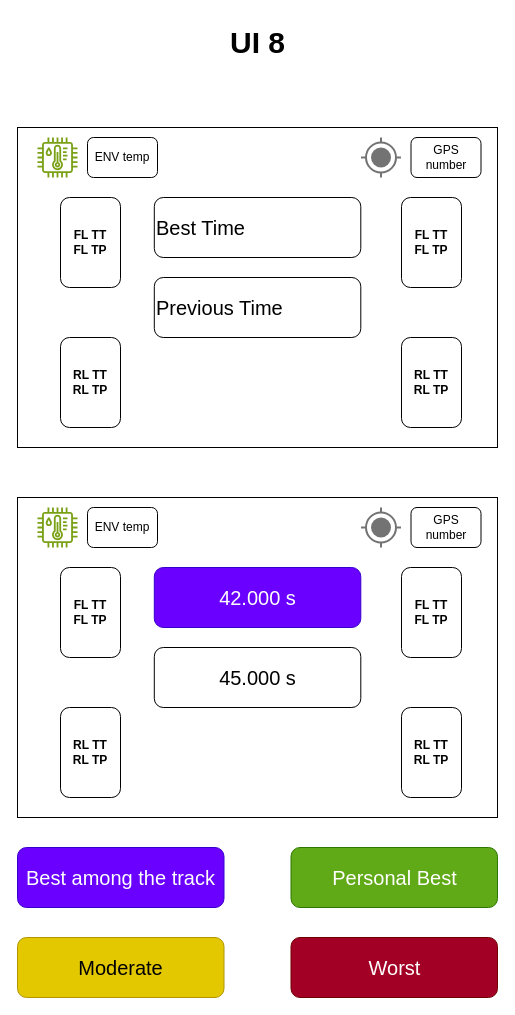
Yobeh-blek/FullSend_Logger keeps this draw.io diagram as page "UI Page 8" (11 of 13) of pictures/Race Data Logger.drawio. Above is the earlier version. Source tidied: cells renumbered, new cells numbered last; positions are measured from the earlier drawing's top-left corner, leaving out a move shared by most shapes. Both pictures are drawn from the tidied source at 100%, with x=0, y=0 at pixel (17, 17).
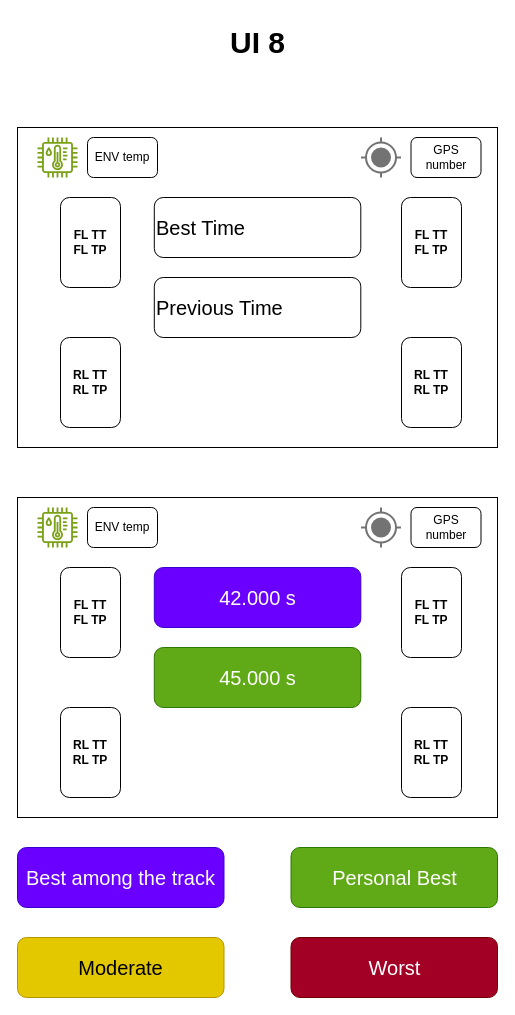
After the change.

Change to the diagram source:
```diff
@@
-    <mxCell id="24" value="&lt;span style=&quot;font-size: 20px;&quot;&gt;45.000 s&lt;/span&gt;" style="rounded=1;whiteSpace=wrap;html=1;align=center;" parent="1" vertex="1">
+    <mxCell id="24" value="&lt;span style=&quot;font-size: 20px;&quot;&gt;45.000 s&lt;/span&gt;" style="rounded=1;whiteSpace=wrap;html=1;align=center;fillColor=#60a917;fontColor=#ffffff;strokeColor=#2D7600;" parent="1" vertex="1">
       <mxGeometry x="136.8" y="630" width="206.5" height="60" as="geometry" />
     </mxCell>
```
